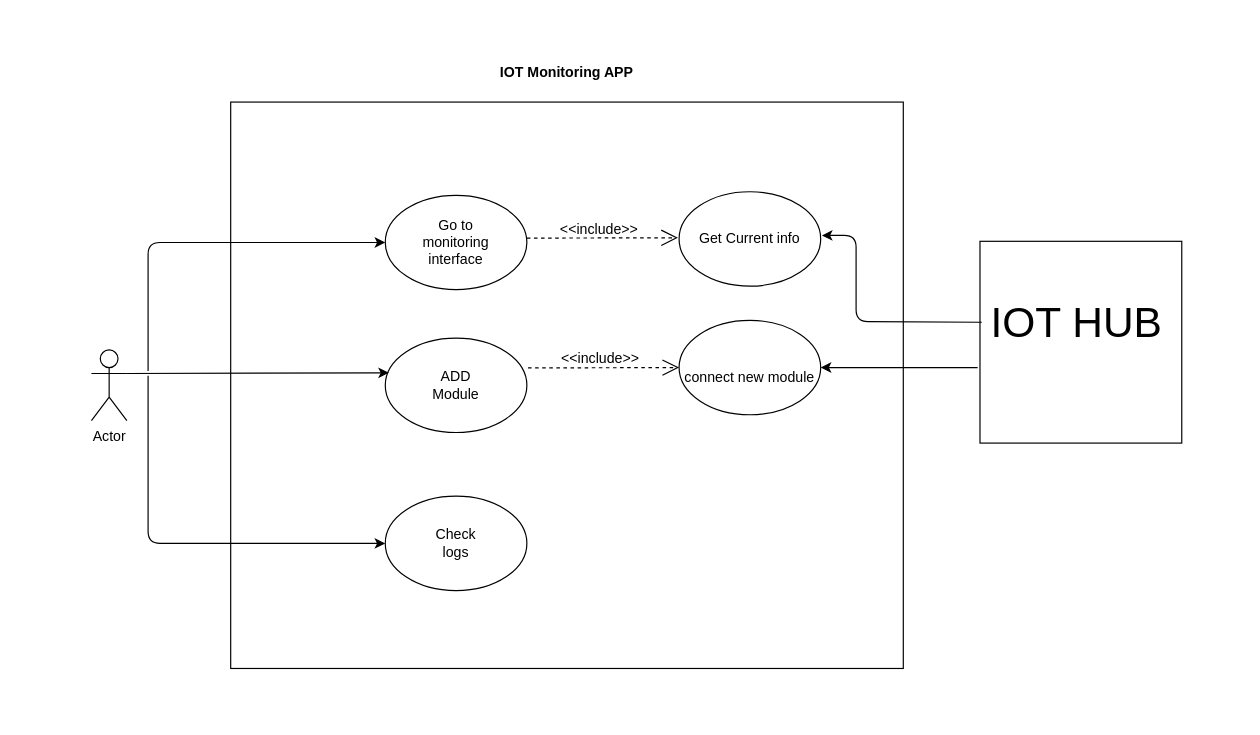
This is Docs/uml/drawio/usecase.drawio from AntoineRb/IOT-Monitoring-App, a draw.io file, before an edit. Source tidied: cells renumbered, new cells numbered last; positions are measured from the earlier drawing's top-left corner, leaving out a move shared by most shapes. Both pictures are drawn from the tidied source at 118%, with x=0, y=0 at pixel (91, 55).
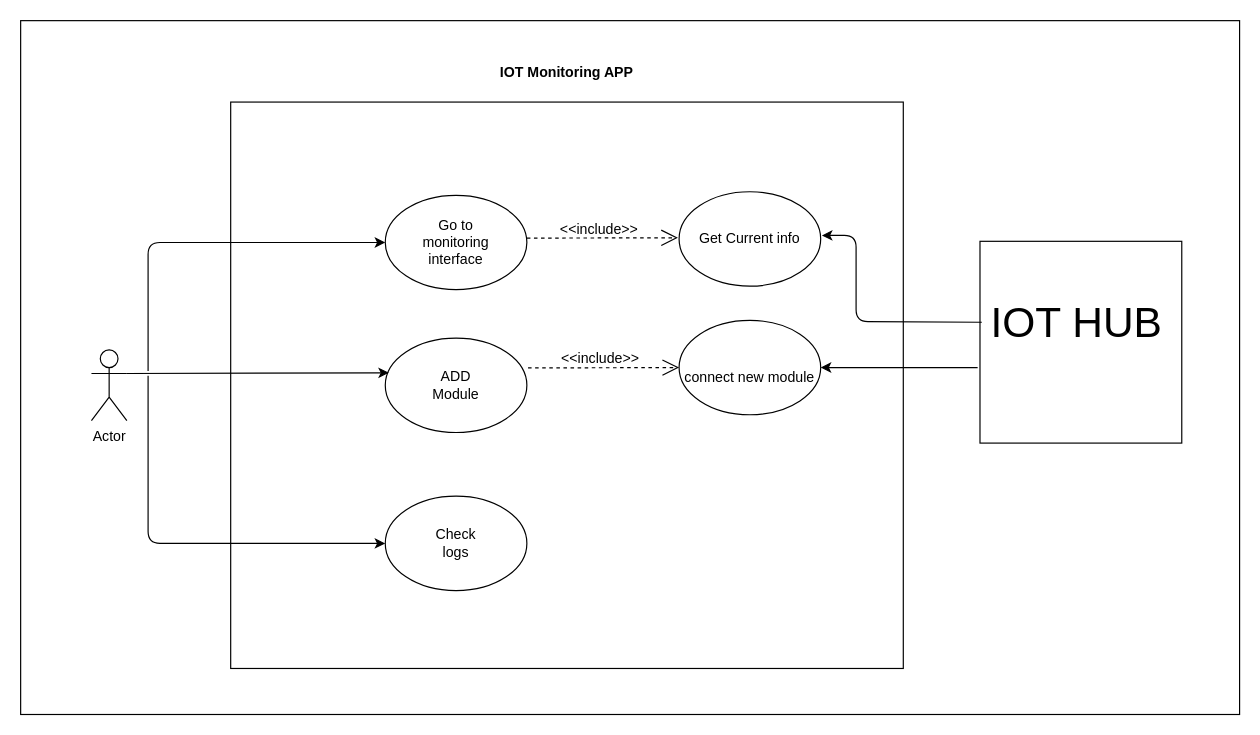
The same diagram, later.

Diff of the diagram source:
```diff
@@
+    <mxCell id="22" style="rounded=0;whiteSpace=wrap;html=1;fillColor=none;" parent="1" vertex="1">
+      <mxGeometry x="-60" y="-30" width="1033" height="588" as="geometry" />
+    </mxCell>
```
